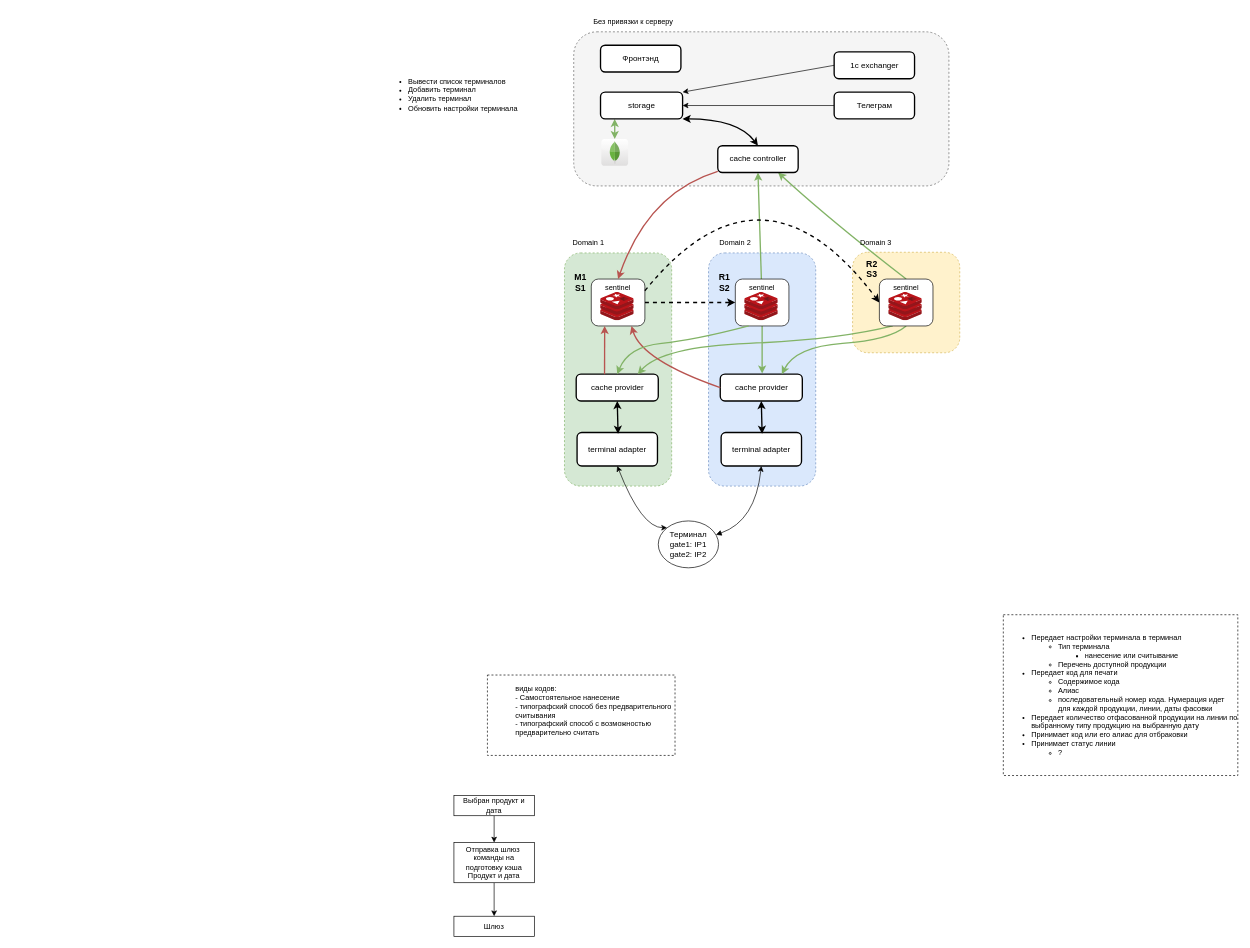
anatolypaw/molocode keeps this draw.io diagram as arch.drawio. Above is the earlier version. Source tidied: cells renumbered, new cells numbered last; positions are measured from the earlier drawing's top-left corner, leaving out a move shared by most shapes. Both pictures are drawn from the tidied source at 67%, with x=0, y=0 at pixel (380, 11).
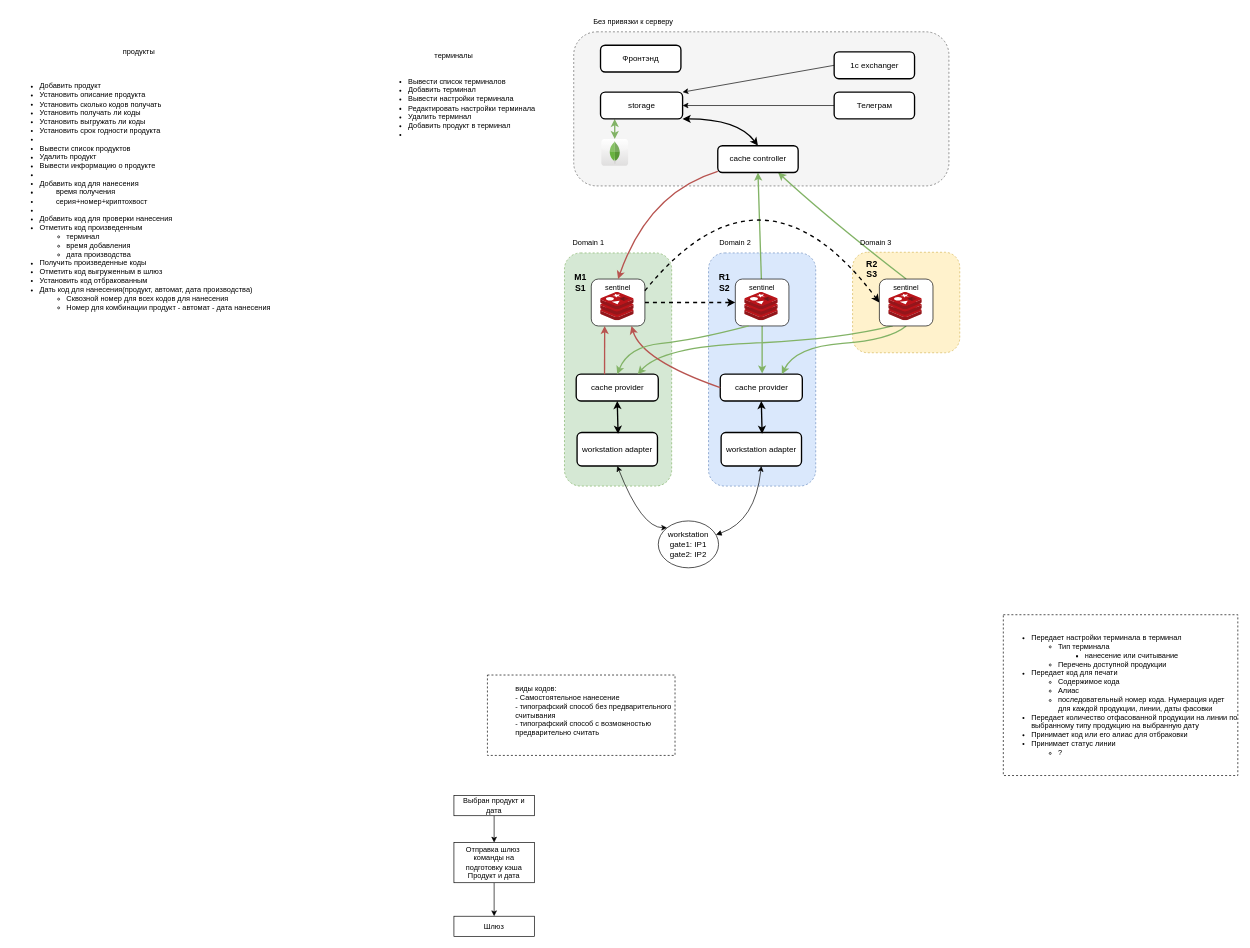
Above is the later version.

The edit, as a diff of the source:
```diff
@@
-    <mxCell id="9" value="Терминал&lt;br&gt;gate1: IP1&lt;br&gt;gate2: IP2" style="ellipse;whiteSpace=wrap;html=1;" parent="1" vertex="1">
+    <mxCell id="9" value="workstation&lt;br&gt;gate1: IP1&lt;br&gt;gate2: IP2" style="ellipse;whiteSpace=wrap;html=1;" parent="1" vertex="1">
       <mxGeometry x="415" y="760" width="90" height="70" as="geometry" />
     </mxCell>
-    <mxCell id="10" value="terminal adapter" style="rounded=1;absoluteArcSize=1;arcSize=14;whiteSpace=wrap;strokeWidth=2;" parent="1" vertex="1">
+    <mxCell id="10" value="workstation adapter" style="rounded=1;absoluteArcSize=1;arcSize=14;whiteSpace=wrap;strokeWidth=2;" parent="1" vertex="1">
       <mxGeometry x="508.8" y="628" width="120" height="50" as="geometry" />
     </mxCell>
@@
-    <mxCell id="35" value="terminal adapter" style="rounded=1;absoluteArcSize=1;arcSize=14;whiteSpace=wrap;strokeWidth=2;" parent="1" vertex="1">
+    <mxCell id="35" value="workstation adapter" style="rounded=1;absoluteArcSize=1;arcSize=14;whiteSpace=wrap;strokeWidth=2;" parent="1" vertex="1">
       <mxGeometry x="293.8" y="628" width="120" height="50" as="geometry" />
     </mxCell>
@@
-    <mxCell id="56" value="&lt;ul&gt;&lt;li&gt;Вывести список терминалов&lt;/li&gt;&lt;li&gt;Добавить терминал&lt;/li&gt;&lt;li&gt;Удалить терминал&lt;/li&gt;&lt;li&gt;Обновить настройки терминала&lt;/li&gt;&lt;/ul&gt;" style="text;html=1;strokeColor=none;fillColor=none;align=left;verticalAlign=top;whiteSpace=wrap;rounded=0;fontSize=11;fontFamily=Helvetica;fontColor=default;" parent="1" vertex="1">
+    <mxCell id="56" value="&lt;ul&gt;&lt;li&gt;Вывести список терминалов&lt;/li&gt;&lt;li&gt;Добавить терминал&lt;/li&gt;&lt;li&gt;Вывести настройки терминала&lt;/li&gt;&lt;li&gt;Редактировать настройки терминала&lt;/li&gt;&lt;li&gt;Удалить терминал&lt;/li&gt;&lt;li&gt;Добавить продукт в терминал&lt;/li&gt;&lt;li&gt;&lt;br&gt;&lt;/li&gt;&lt;/ul&gt;" style="text;html=1;strokeColor=none;fillColor=none;align=left;verticalAlign=top;whiteSpace=wrap;rounded=0;fontSize=11;fontFamily=Helvetica;fontColor=default;" parent="1" vertex="1">
       <mxGeometry y="80" width="240" height="110" as="geometry" />
     </mxCell>
+    <mxCell id="57" value="&lt;div&gt;&lt;br&gt;&lt;/div&gt;&lt;ul&gt;&lt;li&gt;Добавить продукт&lt;/li&gt;&lt;li&gt;&lt;span style=&quot;background-color: initial;&quot;&gt;Установить описание продукта&lt;/span&gt;&lt;br&gt;&lt;/li&gt;&lt;li&gt;&lt;span style=&quot;background-color: initial;&quot;&gt;Установить сколько кодов получать&lt;/span&gt;&lt;br&gt;&lt;/li&gt;&lt;li&gt;&lt;span style=&quot;background-color: initial;&quot;&gt;Установить получать ли коды&lt;/span&gt;&lt;br&gt;&lt;/li&gt;&lt;li&gt;&lt;span style=&quot;background-color: initial;&quot;&gt;Установить выгружать ли коды&lt;/span&gt;&lt;br&gt;&lt;/li&gt;&lt;li&gt;&lt;span style=&quot;background-color: initial;&quot;&gt;Установить срок годности продукта&lt;/span&gt;&lt;br&gt;&lt;/li&gt;&lt;li style=&quot;border-color: var(--border-color);&quot;&gt;&lt;br&gt;&lt;/li&gt;&lt;li style=&quot;border-color: var(--border-color);&quot;&gt;Вывести список продуктов&lt;/li&gt;&lt;li&gt;Удалить продукт&lt;/li&gt;&lt;li&gt;Вывести информацию о продукте&lt;/li&gt;&lt;li&gt;&amp;nbsp;&lt;/li&gt;&lt;li&gt;Добавить код для нанесения&lt;/li&gt;&lt;li&gt;&lt;span style=&quot;background-color: initial;&quot;&gt;&lt;span style=&quot;white-space: pre;&quot;&gt;&#9;&lt;/span&gt;время получения&lt;/span&gt;&lt;br&gt;&lt;/li&gt;&lt;li&gt;&lt;span style=&quot;background-color: initial;&quot;&gt;&lt;span style=&quot;white-space: pre;&quot;&gt;&#9;&lt;/span&gt;серия+номер+криптохвост&lt;/span&gt;&lt;br&gt;&lt;/li&gt;&lt;li&gt;&lt;span style=&quot;background-color: initial;&quot;&gt;&lt;br&gt;&lt;/span&gt;&lt;/li&gt;&lt;li&gt;Добавить код для проверки нанесения&lt;/li&gt;&lt;li&gt;Отметить код произведенным&lt;/li&gt;&lt;ul&gt;&lt;li&gt;терминал&lt;/li&gt;&lt;li&gt;время добавления&lt;/li&gt;&lt;li&gt;дата производства&lt;/li&gt;&lt;/ul&gt;&lt;li&gt;Получить произведенные коды&lt;/li&gt;&lt;li&gt;Отметить код выгруженным в шлюз&lt;/li&gt;&lt;li&gt;Установить код отбракованным&lt;/li&gt;&lt;li&gt;Дать код для нанесения(продукт, автомат, дата производства)&lt;/li&gt;&lt;ul&gt;&lt;li&gt;Сквозной номер для всех кодов для нанесения&lt;/li&gt;&lt;li&gt;Номер для комбинации продукт - автомат - дата нанесения&lt;/li&gt;&lt;/ul&gt;&lt;/ul&gt;&lt;ul&gt;&lt;/ul&gt;" style="text;html=1;strokeColor=none;fillColor=none;align=left;verticalAlign=top;whiteSpace=wrap;rounded=0;fontSize=11;fontFamily=Helvetica;fontColor=default;" parent="1" vertex="1">
+      <mxGeometry x="-550" y="74" width="430" height="395" as="geometry" />
+    </mxCell>
+    <mxCell id="58" value="терминалы" style="text;html=1;strokeColor=none;fillColor=none;align=center;verticalAlign=middle;whiteSpace=wrap;rounded=0;fontSize=11;fontFamily=Helvetica;fontColor=default;" parent="1" vertex="1">
+      <mxGeometry x="80" y="50" width="60" height="30" as="geometry" />
+    </mxCell>
+    <mxCell id="59" value="продукты" style="text;html=1;strokeColor=none;fillColor=none;align=center;verticalAlign=middle;whiteSpace=wrap;rounded=0;fontSize=11;fontFamily=Helvetica;fontColor=default;" parent="1" vertex="1">
+      <mxGeometry x="-390" y="44" width="60" height="30" as="geometry" />
+    </mxCell>
```
